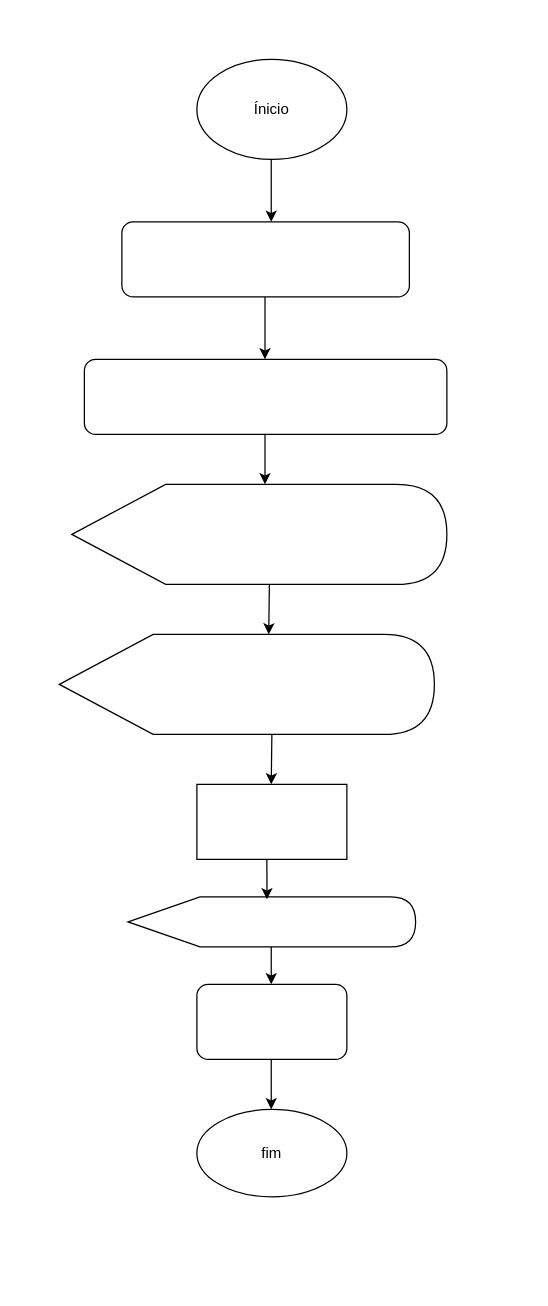
The draw.io diagram Untitled Diagram.drawio in BRUNOMORAIS089/PROGR-C-, before the edit. Source tidied: cells renumbered, new cells numbered last; positions are measured from the earlier drawing's top-left corner, leaving out a move shared by most shapes. Both pictures are drawn from the tidied source at 125%, with x=0, y=0 at pixel (59, 59).
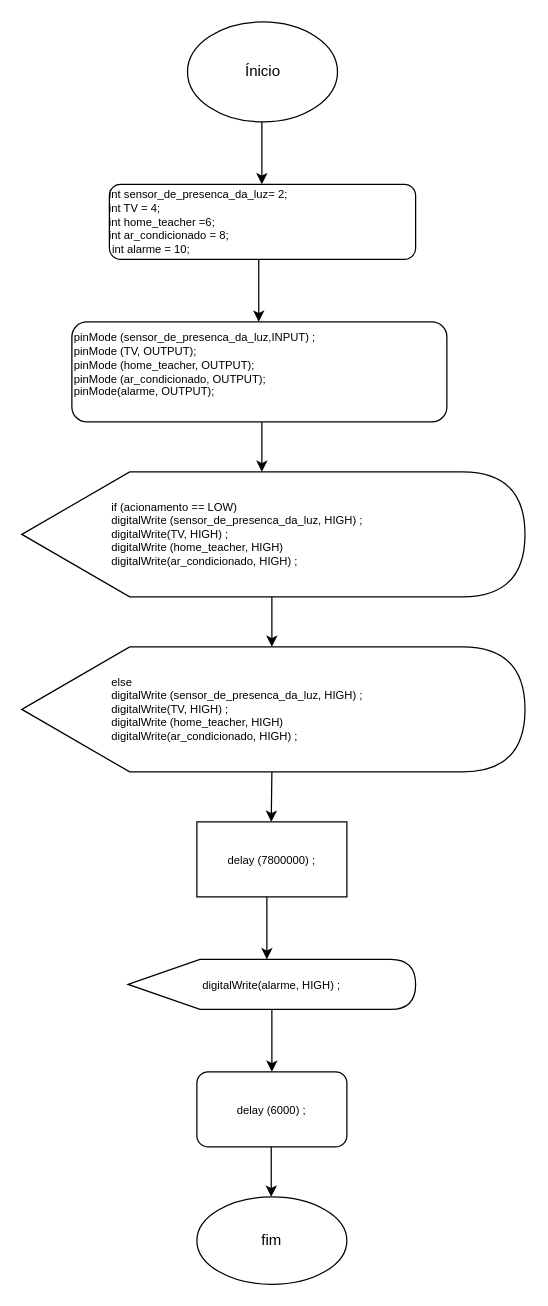
The same page after the edit.

The edit, as a diff of the source:
```diff
@@
-    <mxCell id="2" style="rounded=1;whiteSpace=wrap;html=1;fontSize=12;glass=0;strokeWidth=1;shadow=0;" parent="1" vertex="1">
-      <mxGeometry x="50" y="130" width="230" height="60" as="geometry" />
+    <mxCell id="2" value="int sensor_de_presenca_da_luz= 2;  &#10;int TV = 4;&#10;int home_teacher =6; &#10;int ar_condicionado = 8;&#10; int alarme = 10;" style="rounded=1;fontSize=9;glass=0;strokeWidth=1;shadow=0;align=left;spacing=0;fontColor=default;" parent="1" vertex="1">
+      <mxGeometry x="40" y="100" width="245" height="60" as="geometry" />
     </mxCell>
-    <mxCell id="3" style="rounded=1;whiteSpace=wrap;html=1;fontSize=12;glass=0;strokeWidth=1;shadow=0;" parent="1" vertex="1">
-      <mxGeometry x="20" y="240" width="290" height="60" as="geometry" />
+    <mxCell id="3" value="&#10;pinMode (sensor_de_presenca_da_luz,INPUT) ;&#10;pinMode (TV, OUTPUT);&#10;pinMode (home_teacher, OUTPUT);&#10;pinMode (ar_condicionado, OUTPUT);&#10;pinMode(alarme, OUTPUT);&#10;&#10;" style="rounded=1;fontSize=9;glass=0;strokeWidth=1;shadow=0;whiteSpace=wrap;fontColor=default;align=left;" parent="1" vertex="1">
+      <mxGeometry x="10" y="210" width="300" height="80" as="geometry" />
     </mxCell>
-    <mxCell id="4" value="Ínicio" style="ellipse;whiteSpace=wrap;html=1;" parent="1" vertex="1">
-      <mxGeometry x="110" width="120" height="80" as="geometry" />
+    <mxCell id="4" value="Ínicio" style="ellipse;whiteSpace=wrap;html=1;shadow=0;" parent="1" vertex="1">
+      <mxGeometry x="102.5" y="-30" width="120" height="80" as="geometry" />
     </mxCell>
-    <mxCell id="5" style="endArrow=classic;html=1;rounded=0;" parent="1" edge="1">
+    <mxCell id="5" style="endArrow=classic;html=1;rounded=0;shadow=0;" parent="1" edge="1">
       <mxGeometry relative="1" as="geometry">
-        <mxPoint x="164.5" y="190" as="sourcePoint" />
-        <mxPoint x="164.5" y="240" as="targetPoint" />
+        <mxPoint x="159.5" y="160" as="sourcePoint" />
+        <mxPoint x="159.5" y="210" as="targetPoint" />
       </mxGeometry>
     </mxCell>
-    <mxCell id="6" style="shape=display;whiteSpace=wrap;html=1;" parent="1" vertex="1">
-      <mxGeometry x="10" y="340" width="300" height="80" as="geometry" />
+    <mxCell id="6" value="                            if (acionamento == LOW)&#10;                            digitalWrite (sensor_de_presenca_da_luz, HIGH) ;&#10;                            digitalWrite(TV, HIGH) ;&#10;                            digitalWrite (home_teacher, HIGH)&#10;                            digitalWrite(ar_condicionado, HIGH) ;" style="shape=display;fontSize=9;align=left;whiteSpace=wrap;labelBackgroundColor=none;labelBorderColor=none;horizontal=1;size=0.21428571428571427;" parent="1" vertex="1">
+      <mxGeometry x="-30" y="330" width="402.5" height="100" as="geometry" />
     </mxCell>
-    <mxCell id="7" style="endArrow=classic;html=1;rounded=0;" parent="1" edge="1">
+    <mxCell id="7" style="endArrow=classic;html=1;rounded=0;shadow=0;" parent="1" edge="1">
       <mxGeometry relative="1" as="geometry">
-        <mxPoint x="164.5" y="300" as="sourcePoint" />
-        <mxPoint x="164.5" y="340" as="targetPoint" />
+        <mxPoint x="162" y="290" as="sourcePoint" />
+        <mxPoint x="162" y="330" as="targetPoint" />
         <Array as="points">
-          <mxPoint x="164.5" y="330" />
+          <mxPoint x="162" y="320" />
         </Array>
       </mxGeometry>
     </mxCell>
-    <mxCell id="8" style="endArrow=classic;html=1;rounded=0;entryX=0;entryY=0;entryDx=167.5;entryDy=0;entryPerimeter=0;" parent="1" edge="1" target="16">
+    <mxCell id="8" style="endArrow=classic;html=1;rounded=0;shadow=0;" parent="1" edge="1">
       <mxGeometry relative="1" as="geometry">
-        <mxPoint x="168" y="420" as="sourcePoint" />
+        <mxPoint x="170" y="430" as="sourcePoint" />
+        <mxPoint x="170" y="470" as="targetPoint" />
       </mxGeometry>
     </mxCell>
-    <mxCell id="9" style="rounded=0;whiteSpace=wrap;html=1;" parent="1" vertex="1">
-      <mxGeometry x="110" y="580" width="120" height="60" as="geometry" />
+    <mxCell id="9" value="&lt;span style=&quot;font-size: 9px; text-align: left;&quot;&gt;delay (7800000) ;&lt;/span&gt;" style="rounded=0;whiteSpace=wrap;html=1;shadow=0;" parent="1" vertex="1">
+      <mxGeometry x="110" y="610" width="120" height="60" as="geometry" />
     </mxCell>
+    <mxCell id="19" style="edgeStyle=orthogonalEdgeStyle;rounded=0;jettySize=auto;html=1;fontSize=9;fontColor=default;shadow=0;" parent="1" edge="1" source="10" target="12">
+      <mxGeometry relative="1" as="geometry" />
+    </mxCell>
-    <mxCell id="10" style="shape=display;whiteSpace=wrap;html=1;" parent="1" vertex="1">
-      <mxGeometry x="55" y="670" width="230" height="40" as="geometry" />
+    <mxCell id="10" value="&lt;span style=&quot;font-size: 9px; text-align: left;&quot;&gt;digitalWrite(alarme, HIGH) ;&lt;/span&gt;" style="shape=display;whiteSpace=wrap;html=1;shadow=0;" parent="1" vertex="1">
+      <mxGeometry x="55" y="720" width="230" height="40" as="geometry" />
     </mxCell>
-    <mxCell id="11" style="endArrow=classic;html=1;rounded=0;entryX=0.483;entryY=0.05;entryDx=0;entryDy=0;entryPerimeter=0;" parent="1" edge="1" target="10">
+    <mxCell id="11" style="endArrow=classic;html=1;rounded=0;shadow=0;" parent="1" edge="1">
       <mxGeometry relative="1" as="geometry">
-        <mxPoint x="166" y="640" as="sourcePoint" />
+        <mxPoint x="166" y="670" as="sourcePoint" />
+        <mxPoint x="166" y="720" as="targetPoint" />
       </mxGeometry>
     </mxCell>
-    <mxCell id="12" style="rounded=1;whiteSpace=wrap;html=1;" parent="1" vertex="1">
-      <mxGeometry x="110" y="740" width="120" height="60" as="geometry" />
+    <mxCell id="12" value="&lt;span style=&quot;font-size: 9px; text-align: left;&quot;&gt;delay (6000) ;&lt;/span&gt;" style="rounded=1;whiteSpace=wrap;html=1;shadow=0;" parent="1" vertex="1">
+      <mxGeometry x="110" y="810" width="120" height="60" as="geometry" />
     </mxCell>
-    <mxCell id="13" value="fim" style="ellipse;whiteSpace=wrap;html=1;" parent="1" vertex="1">
-      <mxGeometry x="110" y="840" width="120" height="70" as="geometry" />
+    <mxCell id="13" value="fim" style="ellipse;whiteSpace=wrap;html=1;shadow=0;" parent="1" vertex="1">
+      <mxGeometry x="110" y="910" width="120" height="70" as="geometry" />
     </mxCell>
-    <mxCell id="14" style="endArrow=classic;html=1;rounded=0;" parent="1" edge="1">
+    <mxCell id="14" style="endArrow=classic;html=1;rounded=0;shadow=0;" parent="1" edge="1">
       <mxGeometry relative="1" as="geometry">
-        <mxPoint x="169.5" y="800" as="sourcePoint" />
-        <mxPoint x="169.5" y="840" as="targetPoint" />
+        <mxPoint x="169.5" y="870" as="sourcePoint" />
+        <mxPoint x="169.5" y="910" as="targetPoint" />
       </mxGeometry>
     </mxCell>
-    <mxCell id="15" style="endArrow=classic;html=1;rounded=0;" parent="1" edge="1">
-      <mxGeometry relative="1" as="geometry">
-        <mxPoint x="169.5" y="710" as="sourcePoint" />
-        <mxPoint x="169.5" y="740" as="targetPoint" />
-        <Array as="points">
-          <mxPoint x="169.5" y="710" />
-          <mxPoint x="169.5" y="720" />
-        </Array>
-      </mxGeometry>
-    </mxCell>
-    <mxCell id="16" style="shape=display;whiteSpace=wrap;html=1;" parent="1" vertex="1">
-      <mxGeometry y="460" width="300" height="80" as="geometry" />
-    </mxCell>
-    <mxCell id="17" style="endArrow=classic;html=1;rounded=0;" parent="1" edge="1">
+    <mxCell id="17" style="endArrow=classic;html=1;rounded=0;shadow=0;" parent="1" edge="1">
       <mxGeometry relative="1" as="geometry">
-        <mxPoint x="170" y="540" as="sourcePoint" />
-        <mxPoint x="169.5" y="580" as="targetPoint" />
+        <mxPoint x="170" y="570" as="sourcePoint" />
+        <mxPoint x="169.5" y="610" as="targetPoint" />
       </mxGeometry>
     </mxCell>
-    <mxCell id="18" style="endArrow=classic;html=1;rounded=0;" parent="1" edge="1">
+    <mxCell id="18" style="endArrow=classic;html=1;rounded=0;shadow=0;" parent="1" edge="1">
       <mxGeometry relative="1" as="geometry">
-        <mxPoint x="169.5" y="80" as="sourcePoint" />
-        <mxPoint x="169.5" y="130" as="targetPoint" />
+        <mxPoint x="162" y="50" as="sourcePoint" />
+        <mxPoint x="162" y="100" as="targetPoint" />
       </mxGeometry>
     </mxCell>
+    <mxCell id="20" value="                            else&#10;                            digitalWrite (sensor_de_presenca_da_luz, HIGH) ;&#10;                            digitalWrite(TV, HIGH) ;&#10;                            digitalWrite (home_teacher, HIGH)&#10;                            digitalWrite(ar_condicionado, HIGH) ;" style="shape=display;fontSize=9;align=left;whiteSpace=wrap;labelBackgroundColor=none;labelBorderColor=none;horizontal=1;size=0.21428571428571427;" parent="1" vertex="1">
+      <mxGeometry x="-30" y="470" width="402.5" height="100" as="geometry" />
+    </mxCell>
```
